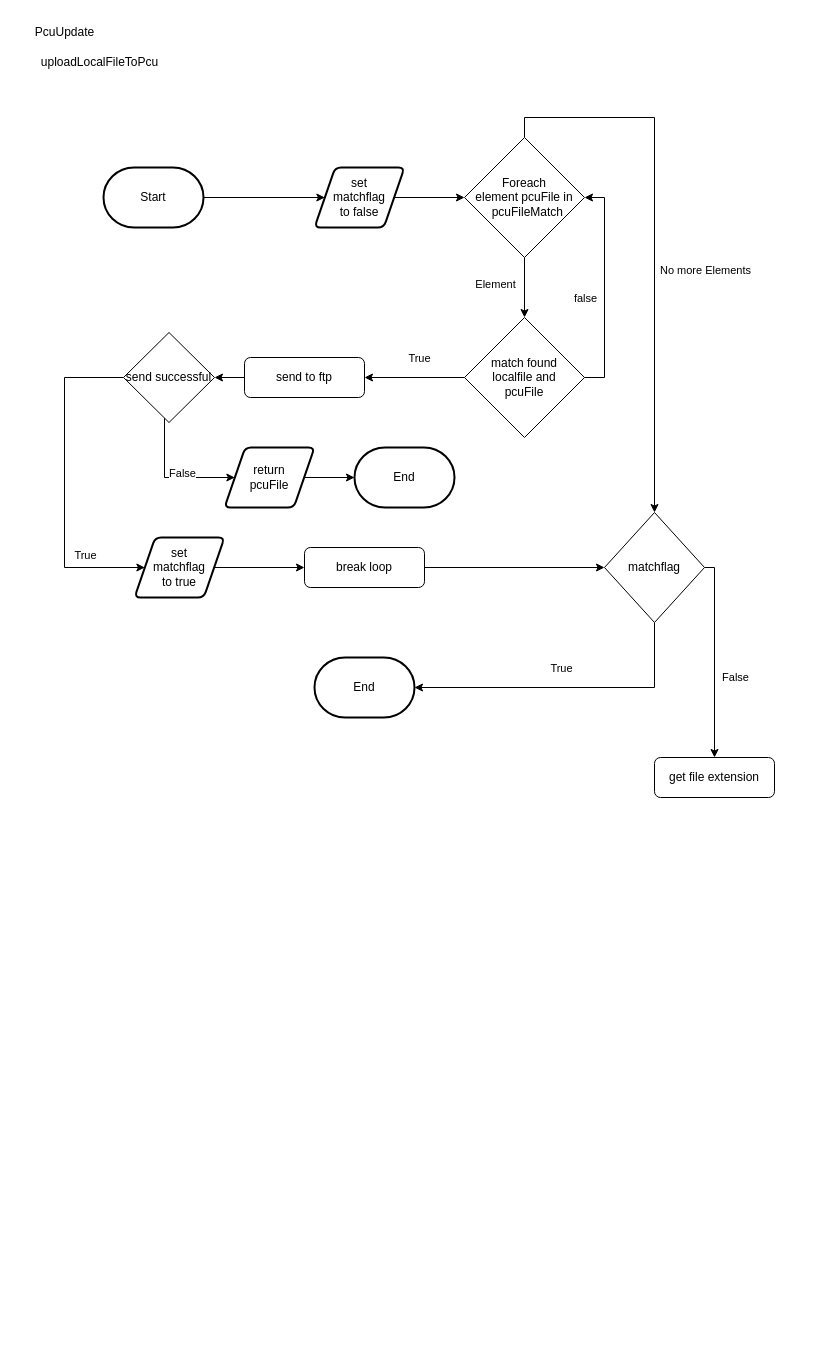
Earlier version of the draw.io diagram FlowChart/Update/UploadFile.drawio (nicnike/Uml). Source tidied: cells renumbered, new cells numbered last; positions are measured from the earlier drawing's top-left corner, leaving out a move shared by most shapes. Both pictures are drawn from the tidied source at 100%, with x=0, y=0 at pixel (24, 17).
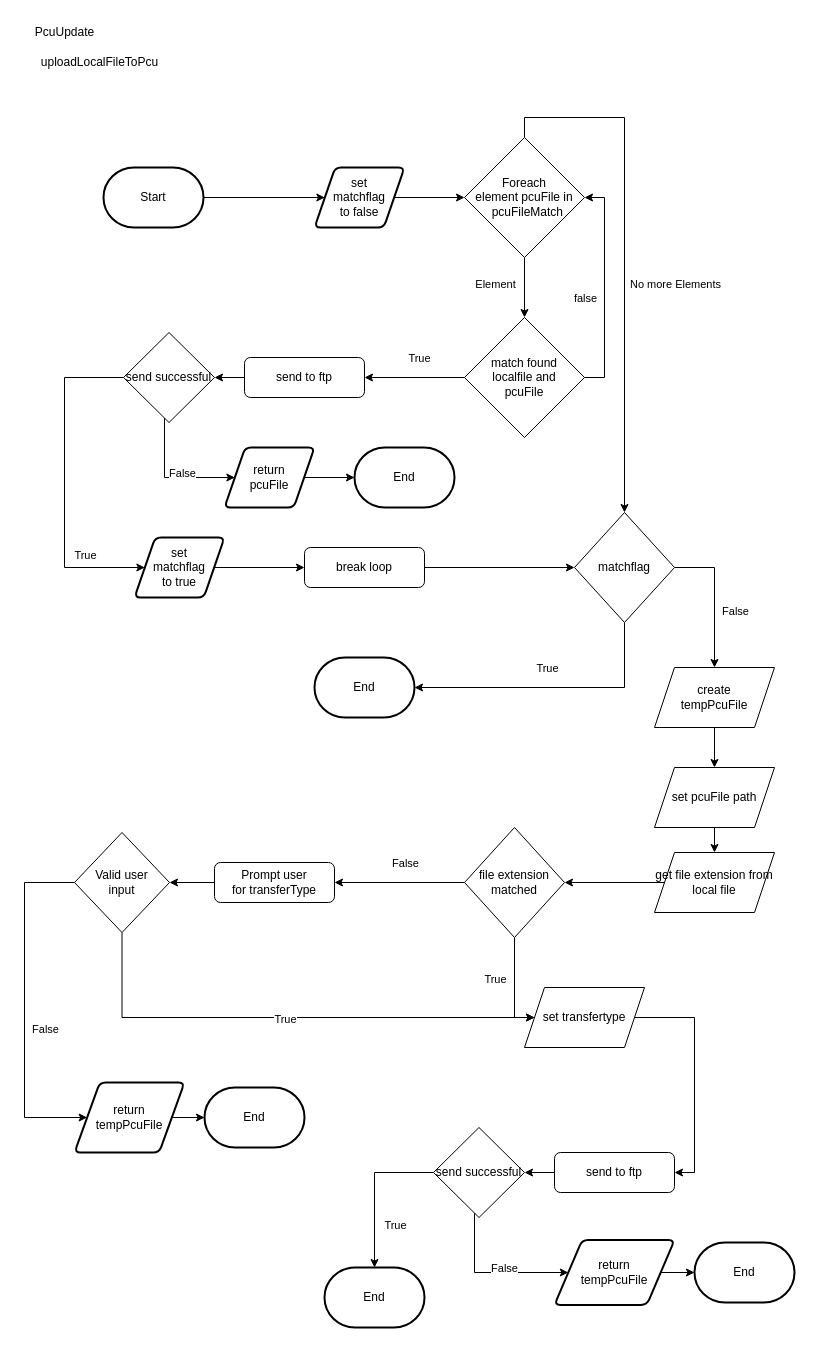
The same diagram, later.

Unchanged cells that the change refers to:
```xml
<mxCell id="39" value="End" style="strokeWidth=2;html=1;shape=mxgraph.flowchart.terminator;whiteSpace=wrap;" parent="1" vertex="1">
  <mxGeometry x="290" y="640" width="100" height="60" as="geometry" />
</mxCell>
```

What changed in the source:
```diff
@@
     <mxCell id="20" style="edgeStyle=orthogonalEdgeStyle;rounded=0;jettySize=auto;html=1;entryX=1;entryY=0.5;entryDx=0;entryDy=0;entryPerimeter=0;" parent="1" edge="1" source="24" target="39">
       <mxGeometry relative="1" as="geometry">
         <Array as="points">
-          <mxPoint x="630" y="670" />
+          <mxPoint x="600" y="670" />
         </Array>
       </mxGeometry>
     </mxCell>
@@
-    <mxCell id="22" style="edgeStyle=orthogonalEdgeStyle;rounded=0;jettySize=auto;html=1;entryX=0.5;entryY=0;entryDx=0;entryDy=0;" parent="1" edge="1" source="24" target="40">
+    <mxCell id="22" style="edgeStyle=orthogonalEdgeStyle;rounded=0;jettySize=auto;html=1;entryX=0.5;entryY=0;entryDx=0;entryDy=0;" parent="1" edge="1" source="24" target="55">
       <mxGeometry relative="1" as="geometry">
         <Array as="points">
           <mxPoint x="690" y="550" />
         </Array>
       </mxGeometry>
     </mxCell>
@@
     <mxCell id="24" value="matchflag" style="rhombus;whiteSpace=wrap;html=1;" parent="1" vertex="1">
-      <mxGeometry x="580" y="495" width="100" height="110" as="geometry" />
+      <mxGeometry x="550" y="495" width="100" height="110" as="geometry" />
     </mxCell>
@@
-    <mxCell id="40" value="get file extension" style="rounded=1;whiteSpace=wrap;html=1;fontSize=12;glass=0;strokeWidth=1;shadow=0;" parent="1" vertex="1">
-      <mxGeometry x="630" y="740" width="120" height="40" as="geometry" />
-    </mxCell>
+    <mxCell id="41" style="edgeStyle=orthogonalEdgeStyle;rounded=0;jettySize=auto;html=1;entryX=1;entryY=0.5;entryDx=0;entryDy=0;exitX=0;exitY=0.5;exitDx=0;exitDy=0;" parent="1" edge="1" source="58" target="46">
+      <mxGeometry relative="1" as="geometry" />
+    </mxCell>
+    <mxCell id="42" style="edgeStyle=orthogonalEdgeStyle;rounded=0;jettySize=auto;html=1;entryX=1;entryY=0.5;entryDx=0;entryDy=0;" parent="1" edge="1" source="46" target="48">
+      <mxGeometry relative="1" as="geometry" />
+    </mxCell>
+    <mxCell id="43" value="False" style="edgeLabel;html=1;align=center;verticalAlign=middle;" parent="42" vertex="1">
+      <mxGeometry x="-0.1" y="-4" relative="1" as="geometry">
+        <mxPoint x="-1" y="-16" as="offset" />
+      </mxGeometry>
+    </mxCell>
+    <mxCell id="44" style="edgeStyle=orthogonalEdgeStyle;rounded=0;jettySize=auto;html=1;entryX=0;entryY=0.5;entryDx=0;entryDy=0;" parent="1" edge="1" source="46" target="60">
+      <mxGeometry relative="1" as="geometry">
+        <Array as="points">
+          <mxPoint x="490" y="1000" />
+        </Array>
+      </mxGeometry>
+    </mxCell>
+    <mxCell id="45" value="True" style="edgeLabel;html=1;align=center;verticalAlign=middle;" parent="44" vertex="1">
+      <mxGeometry x="-0.05" y="-1" relative="1" as="geometry">
+        <mxPoint x="-19" y="-7" as="offset" />
+      </mxGeometry>
+    </mxCell>
+    <mxCell id="46" value="file extension&lt;br&gt;matched" style="rhombus;whiteSpace=wrap;html=1;" parent="1" vertex="1">
+      <mxGeometry x="440" y="810" width="100" height="110" as="geometry" />
+    </mxCell>
+    <mxCell id="47" style="edgeStyle=orthogonalEdgeStyle;rounded=0;jettySize=auto;html=1;entryX=1;entryY=0.5;entryDx=0;entryDy=0;" parent="1" edge="1" source="48" target="53">
+      <mxGeometry relative="1" as="geometry" />
+    </mxCell>
+    <mxCell id="48" value="Prompt user&lt;br&gt;for transferType" style="rounded=1;whiteSpace=wrap;html=1;fontSize=12;glass=0;strokeWidth=1;shadow=0;" parent="1" vertex="1">
+      <mxGeometry x="190" y="845" width="120" height="40" as="geometry" />
+    </mxCell>
+    <mxCell id="49" style="edgeStyle=orthogonalEdgeStyle;rounded=0;jettySize=auto;html=1;entryX=0;entryY=0.5;entryDx=0;entryDy=0;" parent="1" edge="1" source="53" target="61">
+      <mxGeometry relative="1" as="geometry">
+        <Array as="points">
+          <mxPoint y="865" />
+          <mxPoint y="1100" />
+        </Array>
+      </mxGeometry>
+    </mxCell>
+    <mxCell id="50" value="False" style="edgeLabel;html=1;align=center;verticalAlign=middle;" parent="49" vertex="1">
+      <mxGeometry x="0.13" y="2" relative="1" as="geometry">
+        <mxPoint x="18" as="offset" />
+      </mxGeometry>
+    </mxCell>
+    <mxCell id="51" style="edgeStyle=orthogonalEdgeStyle;rounded=0;jettySize=auto;html=1;entryX=0;entryY=0.5;entryDx=0;entryDy=0;" parent="1" edge="1" source="53" target="60">
+      <mxGeometry relative="1" as="geometry">
+        <Array as="points">
+          <mxPoint x="98" y="1000" />
+        </Array>
+      </mxGeometry>
+    </mxCell>
+    <mxCell id="52" value="True" style="edgeLabel;html=1;align=center;verticalAlign=middle;" parent="51" vertex="1">
+      <mxGeometry x="-0.06" y="-1" relative="1" as="geometry">
+        <mxPoint x="14" as="offset" />
+      </mxGeometry>
+    </mxCell>
+    <mxCell id="53" value="Valid user &lt;br&gt;input" style="rhombus;whiteSpace=wrap;html=1;" parent="1" vertex="1">
+      <mxGeometry x="50" y="815" width="95" height="100" as="geometry" />
+    </mxCell>
+    <mxCell id="54" style="edgeStyle=orthogonalEdgeStyle;rounded=0;jettySize=auto;html=1;entryX=0.5;entryY=0;entryDx=0;entryDy=0;" parent="1" edge="1" source="55" target="57">
+      <mxGeometry relative="1" as="geometry" />
+    </mxCell>
+    <mxCell id="55" value="create &lt;br&gt;tempPcuFile" style="shape=parallelogram;perimeter=parallelogramPerimeter;whiteSpace=wrap;html=1;fixedSize=1;" parent="1" vertex="1">
+      <mxGeometry x="630" y="650" width="120" height="60" as="geometry" />
+    </mxCell>
+    <mxCell id="56" style="edgeStyle=orthogonalEdgeStyle;rounded=0;jettySize=auto;html=1;entryX=0.5;entryY=0;entryDx=0;entryDy=0;" parent="1" edge="1" source="57" target="58">
+      <mxGeometry relative="1" as="geometry" />
+    </mxCell>
+    <mxCell id="57" value="set pcuFile path" style="shape=parallelogram;perimeter=parallelogramPerimeter;whiteSpace=wrap;html=1;fixedSize=1;" parent="1" vertex="1">
+      <mxGeometry x="630" y="750" width="120" height="60" as="geometry" />
+    </mxCell>
+    <mxCell id="58" value="get file extension from local file" style="shape=parallelogram;perimeter=parallelogramPerimeter;whiteSpace=wrap;html=1;fixedSize=1;" parent="1" vertex="1">
+      <mxGeometry x="630" y="835" width="120" height="60" as="geometry" />
+    </mxCell>
+    <mxCell id="59" style="edgeStyle=orthogonalEdgeStyle;rounded=0;jettySize=auto;html=1;entryX=1;entryY=0.5;entryDx=0;entryDy=0;" parent="1" edge="1" source="60" target="65">
+      <mxGeometry relative="1" as="geometry">
+        <Array as="points">
+          <mxPoint x="670" y="1000" />
+          <mxPoint x="670" y="1155" />
+        </Array>
+      </mxGeometry>
+    </mxCell>
+    <mxCell id="60" value="set transfertype" style="shape=parallelogram;perimeter=parallelogramPerimeter;whiteSpace=wrap;html=1;fixedSize=1;" parent="1" vertex="1">
+      <mxGeometry x="500" y="970" width="120" height="60" as="geometry" />
+    </mxCell>
+    <mxCell id="61" value="return&lt;br&gt;tempPcuFile" style="shape=parallelogram;html=1;strokeWidth=2;perimeter=parallelogramPerimeter;whiteSpace=wrap;rounded=1;arcSize=12;size=0.23;" parent="1" vertex="1">
+      <mxGeometry x="50" y="1065" width="110" height="70" as="geometry" />
+    </mxCell>
+    <mxCell id="62" value="End" style="strokeWidth=2;html=1;shape=mxgraph.flowchart.terminator;whiteSpace=wrap;" parent="1" vertex="1">
+      <mxGeometry x="180" y="1070" width="100" height="60" as="geometry" />
+    </mxCell>
+    <mxCell id="63" style="edgeStyle=orthogonalEdgeStyle;rounded=0;jettySize=auto;html=1;exitX=1;exitY=0.5;exitDx=0;exitDy=0;entryX=0;entryY=0.5;entryDx=0;entryDy=0;entryPerimeter=0;" parent="1" edge="1" source="61" target="62">
+      <mxGeometry relative="1" as="geometry" />
+    </mxCell>
+    <mxCell id="64" style="edgeStyle=orthogonalEdgeStyle;rounded=0;jettySize=auto;html=1;entryX=1;entryY=0.5;entryDx=0;entryDy=0;" parent="1" edge="1" source="65" target="70">
+      <mxGeometry relative="1" as="geometry" />
+    </mxCell>
+    <mxCell id="65" value="send to ftp" style="rounded=1;whiteSpace=wrap;html=1;fontSize=12;glass=0;strokeWidth=1;shadow=0;" parent="1" vertex="1">
+      <mxGeometry x="530" y="1135" width="120" height="40" as="geometry" />
+    </mxCell>
+    <mxCell id="66" style="edgeStyle=orthogonalEdgeStyle;rounded=0;jettySize=auto;html=1;entryX=0;entryY=0.5;entryDx=0;entryDy=0;" parent="1" edge="1" source="70" target="71">
+      <mxGeometry relative="1" as="geometry">
+        <Array as="points">
+          <mxPoint x="450" y="1255" />
+        </Array>
+      </mxGeometry>
+    </mxCell>
+    <mxCell id="67" value="False" style="edgeLabel;html=1;align=center;verticalAlign=middle;" parent="66" vertex="1">
+      <mxGeometry y="3" relative="1" as="geometry">
+        <mxPoint x="12" y="-2" as="offset" />
+      </mxGeometry>
+    </mxCell>
+    <mxCell id="68" style="edgeStyle=orthogonalEdgeStyle;rounded=0;jettySize=auto;html=1;entryX=0.5;entryY=0;entryDx=0;entryDy=0;entryPerimeter=0;" parent="1" edge="1" source="70" target="74">
+      <mxGeometry relative="1" as="geometry">
+        <Array as="points">
+          <mxPoint x="350" y="1155" />
+        </Array>
+      </mxGeometry>
+    </mxCell>
+    <mxCell id="69" value="True" style="edgeLabel;html=1;align=center;verticalAlign=middle;" parent="68" vertex="1">
+      <mxGeometry x="0.42" y="-1" relative="1" as="geometry">
+        <mxPoint x="21" y="2" as="offset" />
+      </mxGeometry>
+    </mxCell>
+    <mxCell id="70" value="send successful" style="rhombus;whiteSpace=wrap;html=1;" parent="1" vertex="1">
+      <mxGeometry x="409" y="1110" width="91" height="90" as="geometry" />
+    </mxCell>
+    <mxCell id="71" value="return&lt;br&gt;tempPcuFile" style="shape=parallelogram;html=1;strokeWidth=2;perimeter=parallelogramPerimeter;whiteSpace=wrap;rounded=1;arcSize=12;size=0.23;" parent="1" vertex="1">
+      <mxGeometry x="530" y="1222.5" width="120" height="65" as="geometry" />
+    </mxCell>
+    <mxCell id="72" value="End" style="strokeWidth=2;html=1;shape=mxgraph.flowchart.terminator;whiteSpace=wrap;" parent="1" vertex="1">
+      <mxGeometry x="670" y="1225" width="100" height="60" as="geometry" />
+    </mxCell>
+    <mxCell id="73" style="edgeStyle=orthogonalEdgeStyle;rounded=0;jettySize=auto;html=1;exitX=1;exitY=0.5;exitDx=0;exitDy=0;entryX=0;entryY=0.5;entryDx=0;entryDy=0;entryPerimeter=0;" parent="1" edge="1" source="71" target="72">
+      <mxGeometry relative="1" as="geometry" />
+    </mxCell>
+    <mxCell id="74" value="End" style="strokeWidth=2;html=1;shape=mxgraph.flowchart.terminator;whiteSpace=wrap;" parent="1" vertex="1">
+      <mxGeometry x="300" y="1250" width="100" height="60" as="geometry" />
+    </mxCell>
```
